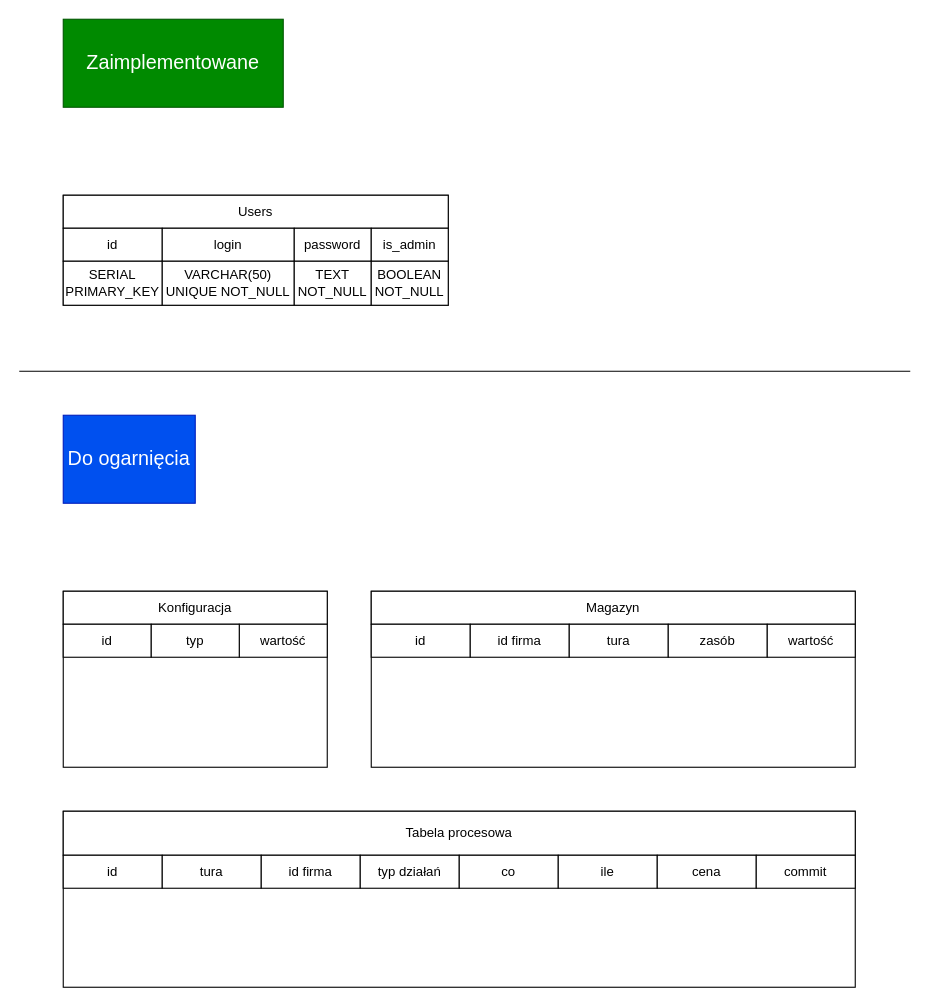
This is DB_Structure.drawio from daedalus707/ProjektWD, a draw.io file, before an edit. Source tidied: cells renumbered, new cells numbered last; positions are measured from the earlier drawing's top-left corner, leaving out a move shared by most shapes. Both pictures are drawn from the tidied source at 110%, with x=0, y=0 at pixel (19, 19).
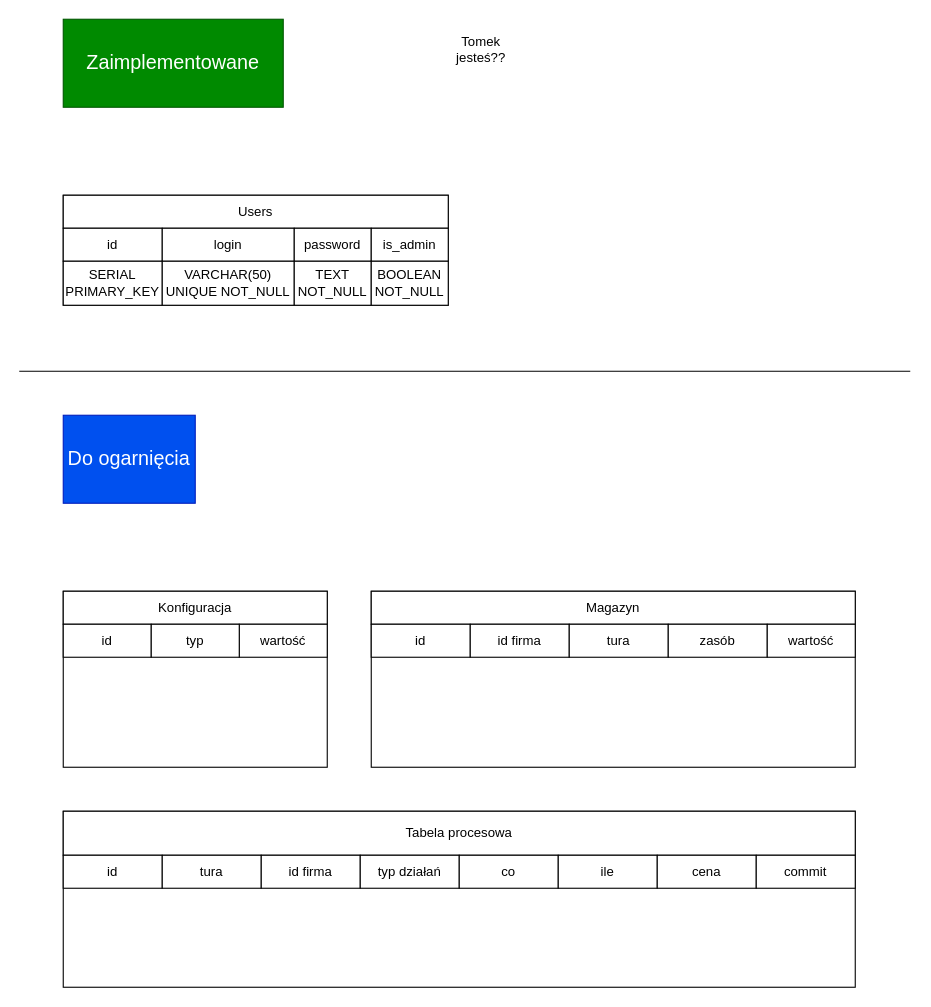
The same page after the edit.

Change to the diagram source:
```diff
@@
+    <mxCell id="37" value="Tomek jesteś??&lt;div&gt;&lt;br&gt;&lt;/div&gt;" style="text;html=1;align=center;verticalAlign=middle;whiteSpace=wrap;rounded=0;" parent="1" vertex="1">
+      <mxGeometry x="390" y="20" width="60" height="30" as="geometry" />
+    </mxCell>
```
